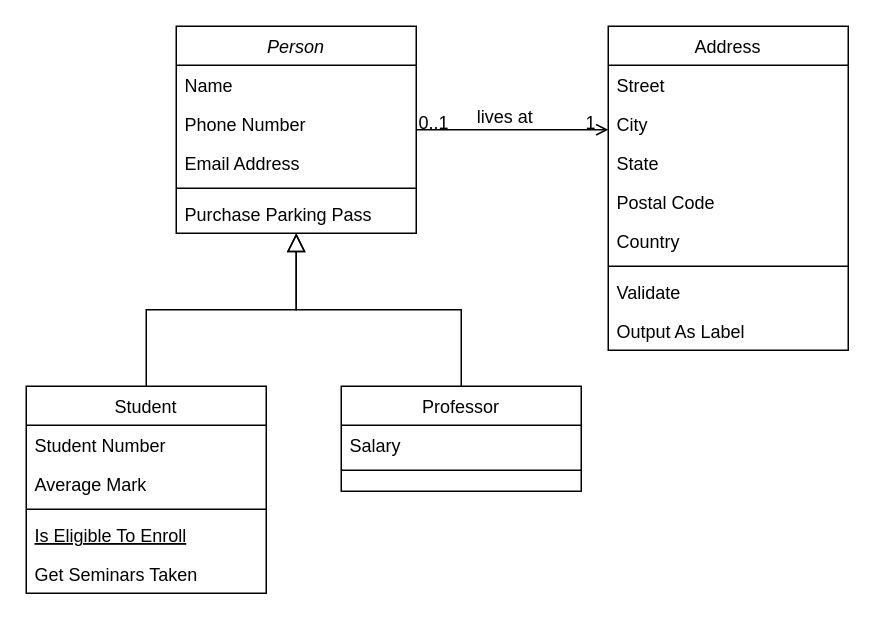
Before: Untitled Diagram.drawio in Mleschhorn/DPOO-Taller-6, a draw.io diagram. Source tidied: cells renumbered, new cells numbered last; positions are measured from the earlier drawing's top-left corner, leaving out a move shared by most shapes. Both pictures are drawn from the tidied source at 150%, with x=0, y=0 at pixel (26, 26).
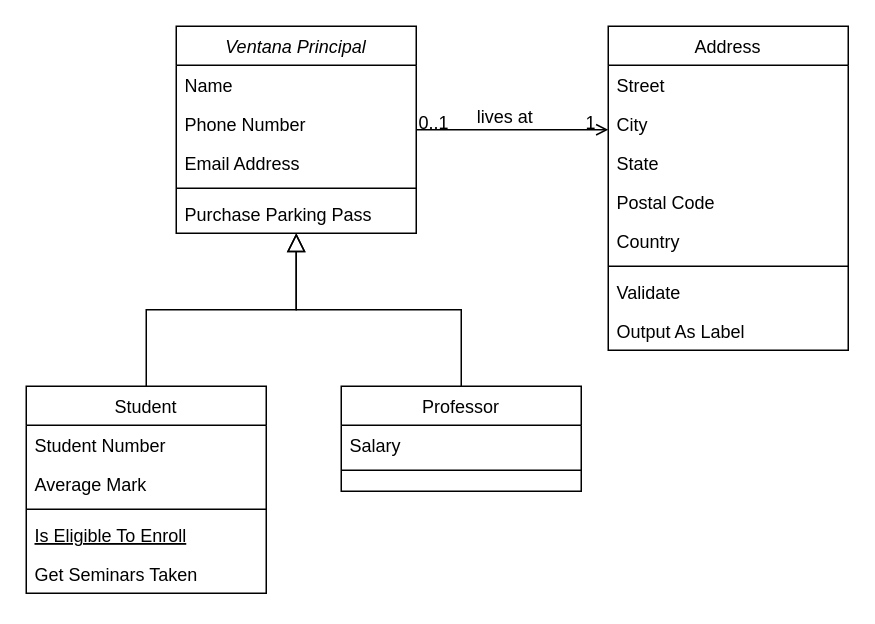
The same diagram, later.

The edit, as a diff of the source:
```diff
@@
-    <mxCell id="2" value="Person" style="swimlane;fontStyle=2;align=center;verticalAlign=top;horizontal=1;startSize=26;rounded=0;shadow=0;strokeWidth=1;" parent="1" vertex="1">
+    <mxCell id="2" value="Ventana Principal" style="swimlane;fontStyle=2;align=center;verticalAlign=top;horizontal=1;startSize=26;rounded=0;shadow=0;strokeWidth=1;" parent="1" vertex="1">
       <mxGeometry x="100" width="160" height="138" as="geometry" />
     </mxCell>
```
